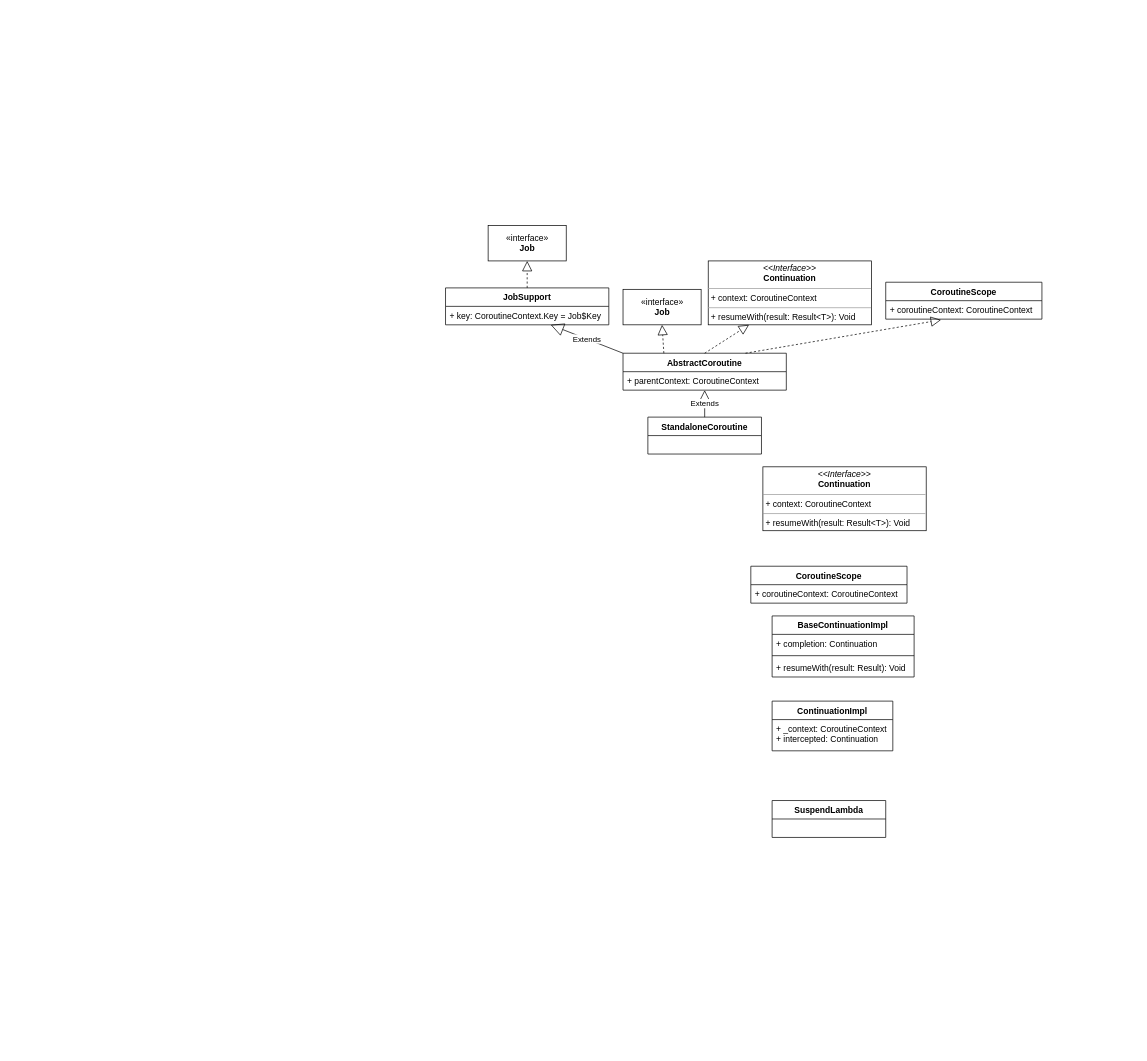
The draw.io diagram kotlin coroutine.drawio in initLiu/drawio, before the edit. Source tidied: cells renumbered, new cells numbered last; positions are measured from the earlier drawing's top-left corner, leaving out a move shared by most shapes. Both pictures are drawn from the tidied source at 71%, with x=0, y=0 at pixel (445, 225).
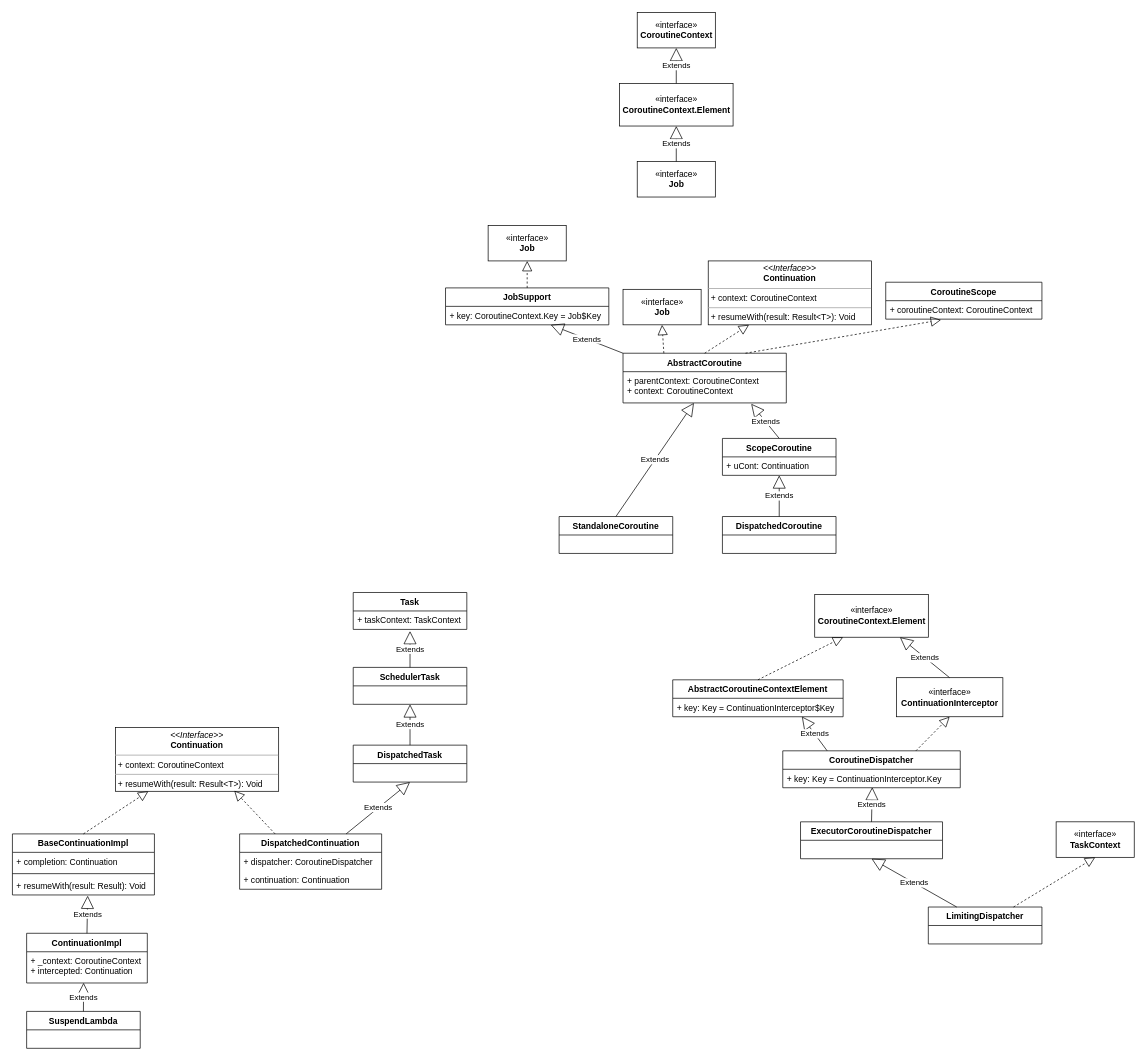
The same page after the edit.

The change refers to these unchanged cells:
```xml
<mxCell id="22" value="+ _context: CoroutineContext&#10;+ intercepted: Continuation" style="text;strokeColor=none;fillColor=none;align=left;verticalAlign=top;spacingLeft=4;spacingRight=4;overflow=hidden;points=[[0,0.5],[1,0.5]];portConstraint=eastwest;" parent="21" vertex="1">
  <mxGeometry y="26" width="170" height="44" as="geometry" />
</mxCell>
```

What changed in the source:
```diff
@@
     <mxCell id="4" value="StandaloneCoroutine" style="swimlane;fontStyle=1;align=center;verticalAlign=top;horizontal=1;startSize=26;" parent="1" vertex="1">
-      <mxGeometry x="285" y="270" width="160" height="52" as="geometry" />
+      <mxGeometry x="160" y="410" width="160" height="52" as="geometry" />
     </mxCell>
     <mxCell id="5" value="AbstractCoroutine" style="swimlane;fontStyle=1;align=center;verticalAlign=top;horizontal=1;startSize=26;" parent="1" vertex="1">
-      <mxGeometry x="250" y="180" width="230" height="52" as="geometry" />
+      <mxGeometry x="250" y="180" width="230" height="70" as="geometry" />
     </mxCell>
-    <mxCell id="6" value="+ parentContext: CoroutineContext" style="text;strokeColor=none;fillColor=none;align=left;verticalAlign=top;spacingLeft=4;spacingRight=4;overflow=hidden;points=[[0,0.5],[1,0.5]];portConstraint=eastwest;" parent="5" vertex="1">
-      <mxGeometry y="26" width="230" height="26" as="geometry" />
+    <mxCell id="6" value="+ parentContext: CoroutineContext&#10;+ context: CoroutineContext" style="text;strokeColor=none;fillColor=none;align=left;verticalAlign=top;spacingLeft=4;spacingRight=4;overflow=hidden;points=[[0,0.5],[1,0.5]];portConstraint=eastwest;" parent="5" vertex="1">
+      <mxGeometry y="26" width="230" height="44" as="geometry" />
     </mxCell>
@@
-    <mxCell id="16" value="CoroutineScope" style="swimlane;fontStyle=1;align=center;verticalAlign=top;horizontal=1;startSize=26;" parent="1" vertex="1">
-      <mxGeometry x="430" y="480" width="220" height="52" as="geometry" />
-    </mxCell>
-    <mxCell id="17" value="+ coroutineContext: CoroutineContext" style="text;strokeColor=none;fillColor=none;align=left;verticalAlign=top;spacingLeft=4;spacingRight=4;overflow=hidden;" parent="16" vertex="1">
-      <mxGeometry y="26" width="220" height="26" as="geometry" />
-    </mxCell>
@@
     <mxCell id="20" value="SuspendLambda" style="swimlane;fontStyle=1;align=center;verticalAlign=top;horizontal=1;startSize=26;" parent="1" vertex="1">
-      <mxGeometry x="460" y="810" width="160" height="52" as="geometry" />
+      <mxGeometry x="-590" y="1107" width="160" height="52" as="geometry" />
     </mxCell>
     <mxCell id="21" value="ContinuationImpl" style="swimlane;fontStyle=1;align=center;verticalAlign=top;horizontal=1;startSize=26;" parent="1" vertex="1">
-      <mxGeometry x="460" y="670" width="170" height="70" as="geometry" />
+      <mxGeometry x="-590" y="997" width="170" height="70" as="geometry" />
     </mxCell>
@@
     <mxCell id="23" value="BaseContinuationImpl" style="swimlane;fontStyle=1;align=center;verticalAlign=top;horizontal=1;startSize=26;" parent="1" vertex="1">
-      <mxGeometry x="460" y="550" width="200" height="86" as="geometry" />
+      <mxGeometry x="-610" y="857" width="200" height="86" as="geometry" />
     </mxCell>
@@
     <mxCell id="27" value="&lt;p style=&quot;margin: 0px ; margin-top: 4px ; text-align: center&quot;&gt;&lt;i&gt;&amp;lt;&amp;lt;Interface&amp;gt;&amp;gt;&lt;/i&gt;&lt;br&gt;&lt;b&gt;Continuation&lt;/b&gt;&lt;/p&gt;&lt;hr size=&quot;1&quot;&gt;&lt;p style=&quot;margin: 0px ; margin-left: 4px&quot;&gt;+ context: CoroutineContext&lt;br&gt;&lt;/p&gt;&lt;hr size=&quot;1&quot;&gt;&lt;p style=&quot;margin: 0px ; margin-left: 4px&quot;&gt;+ resumeWith(result: Result&amp;lt;T&amp;gt;): Void&lt;br&gt;&lt;/p&gt;" style="verticalAlign=top;align=left;overflow=fill;fontSize=12;fontFamily=Helvetica;html=1;" parent="1" vertex="1">
-      <mxGeometry x="447" y="340" width="230" height="90" as="geometry" />
+      <mxGeometry x="-465" y="707" width="230" height="90" as="geometry" />
     </mxCell>
+    <mxCell id="28" value="Extends" style="endArrow=block;endSize=16;endFill=0;html=1;exitX=0.5;exitY=0;exitDx=0;exitDy=0;entryX=0.472;entryY=0.993;entryDx=0;entryDy=0;entryPerimeter=0;" parent="1" edge="1" source="20" target="22">
+      <mxGeometry relative="1" as="geometry" />
+    </mxCell>
+    <mxCell id="29" value="Extends" style="endArrow=block;endSize=16;endFill=0;html=1;exitX=0.5;exitY=0;exitDx=0;exitDy=0;" parent="1" edge="1" source="21">
+      <mxGeometry relative="1" as="geometry">
+        <mxPoint x="-504" y="944" as="targetPoint" />
+      </mxGeometry>
+    </mxCell>
+    <mxCell id="30" style="endArrow=block;dashed=1;endFill=0;endSize=12;html=1;exitX=0.5;exitY=0;exitDx=0;exitDy=0;" parent="1" edge="1" source="23" target="27">
+      <mxGeometry relative="1" as="geometry" />
+    </mxCell>
+    <mxCell id="31" value="«interface»&lt;br&gt;&lt;b&gt;Job&lt;/b&gt;" style="html=1;" parent="1" vertex="1">
+      <mxGeometry x="270" y="-90" width="110" height="50" as="geometry" />
+    </mxCell>
+    <mxCell id="32" value="«interface»&lt;br&gt;&lt;b&gt;CoroutineContext.Element&lt;/b&gt;" style="html=1;" parent="1" vertex="1">
+      <mxGeometry x="245" y="-200" width="160" height="60" as="geometry" />
+    </mxCell>
+    <mxCell id="33" value="«interface»&lt;br&gt;&lt;b&gt;CoroutineContext&lt;/b&gt;" style="html=1;" parent="1" vertex="1">
+      <mxGeometry x="270" y="-300" width="110" height="50" as="geometry" />
+    </mxCell>
+    <mxCell id="34" value="Extends" style="endArrow=block;endSize=16;endFill=0;html=1;exitX=0.5;exitY=0;exitDx=0;exitDy=0;entryX=0.5;entryY=1;entryDx=0;entryDy=0;" parent="1" edge="1" source="31">
+      <mxGeometry relative="1" as="geometry">
+        <mxPoint x="325" y="-140" as="targetPoint" />
+      </mxGeometry>
+    </mxCell>
+    <mxCell id="35" value="Extends" style="endArrow=block;endSize=16;endFill=0;html=1;exitX=0.5;exitY=0;exitDx=0;exitDy=0;" parent="1" edge="1" target="33">
+      <mxGeometry relative="1" as="geometry">
+        <mxPoint x="325" y="-200" as="sourcePoint" />
+      </mxGeometry>
+    </mxCell>
+    <mxCell id="36" value="ExecutorCoroutineDispatcher" style="swimlane;fontStyle=1;align=center;verticalAlign=top;horizontal=1;startSize=26;" parent="1" vertex="1">
+      <mxGeometry x="500" y="840" width="200" height="52" as="geometry" />
+    </mxCell>
+    <mxCell id="37" value="AbstractCoroutineContextElement" style="swimlane;fontStyle=1;align=center;verticalAlign=top;horizontal=1;startSize=26;" parent="1" vertex="1">
+      <mxGeometry x="320" y="640" width="240" height="52" as="geometry" />
+    </mxCell>
+    <mxCell id="38" value="+ key: Key = ContinuationInterceptor$Key" style="text;strokeColor=none;fillColor=none;align=left;verticalAlign=top;spacingLeft=4;spacingRight=4;overflow=hidden;points=[[0,0.5],[1,0.5]];portConstraint=eastwest;" parent="37" vertex="1">
+      <mxGeometry y="26" width="240" height="26" as="geometry" />
+    </mxCell>
+    <mxCell id="39" value="CoroutineDispatcher" style="swimlane;fontStyle=1;align=center;verticalAlign=top;horizontal=1;startSize=26;" parent="1" vertex="1">
+      <mxGeometry x="475" y="740" width="250" height="52" as="geometry" />
+    </mxCell>
+    <mxCell id="40" value="+ key: Key = ContinuationInterceptor.Key" style="text;strokeColor=none;fillColor=none;align=left;verticalAlign=top;spacingLeft=4;spacingRight=4;overflow=hidden;points=[[0,0.5],[1,0.5]];portConstraint=eastwest;" parent="39" vertex="1">
+      <mxGeometry y="26" width="250" height="26" as="geometry" />
+    </mxCell>
+    <mxCell id="41" value="«interface»&lt;br&gt;&lt;b&gt;ContinuationInterceptor&lt;/b&gt;" style="html=1;" parent="1" vertex="1">
+      <mxGeometry x="635" y="637" width="150" height="55" as="geometry" />
+    </mxCell>
+    <mxCell id="42" value="«interface»&lt;br&gt;&lt;b&gt;CoroutineContext.Element&lt;/b&gt;" style="html=1;" parent="1" vertex="1">
+      <mxGeometry x="520" y="520" width="160" height="60" as="geometry" />
+    </mxCell>
+    <mxCell id="43" value="Extends" style="endArrow=block;endSize=16;endFill=0;html=1;exitX=0.5;exitY=0;exitDx=0;exitDy=0;entryX=0.504;entryY=0.971;entryDx=0;entryDy=0;entryPerimeter=0;" parent="1" edge="1" source="36" target="40">
+      <mxGeometry relative="1" as="geometry" />
+    </mxCell>
+    <mxCell id="44" value="Extends" style="endArrow=block;endSize=16;endFill=0;html=1;exitX=0.25;exitY=0;exitDx=0;exitDy=0;entryX=0.758;entryY=0.988;entryDx=0;entryDy=0;entryPerimeter=0;" parent="1" edge="1" source="39" target="38">
+      <mxGeometry relative="1" as="geometry" />
+    </mxCell>
+    <mxCell id="45" style="endArrow=block;dashed=1;endFill=0;endSize=12;html=1;exitX=0.75;exitY=0;exitDx=0;exitDy=0;entryX=0.5;entryY=1;entryDx=0;entryDy=0;" parent="1" edge="1" source="39" target="41">
+      <mxGeometry relative="1" as="geometry" />
+    </mxCell>
+    <mxCell id="46" style="endArrow=block;dashed=1;endFill=0;endSize=12;html=1;exitX=0.5;exitY=0;exitDx=0;exitDy=0;entryX=0.25;entryY=1;entryDx=0;entryDy=0;" parent="1" edge="1" source="37" target="42">
+      <mxGeometry relative="1" as="geometry" />
+    </mxCell>
+    <mxCell id="47" value="Extends" style="endArrow=block;endSize=16;endFill=0;html=1;exitX=0.5;exitY=0;exitDx=0;exitDy=0;entryX=0.75;entryY=1;entryDx=0;entryDy=0;" parent="1" edge="1" source="41" target="42">
+      <mxGeometry relative="1" as="geometry" />
+    </mxCell>
+    <mxCell id="48" value="LimitingDispatcher" style="swimlane;fontStyle=1;align=center;verticalAlign=top;horizontal=1;startSize=26;" parent="1" vertex="1">
+      <mxGeometry x="680" y="960" width="160" height="52" as="geometry" />
+    </mxCell>
+    <mxCell id="49" value="«interface»&lt;br&gt;&lt;b&gt;TaskContext&lt;/b&gt;" style="html=1;" parent="1" vertex="1">
+      <mxGeometry x="860" y="840" width="110" height="50" as="geometry" />
+    </mxCell>
+    <mxCell id="50" value="Extends" style="endArrow=block;endSize=16;endFill=0;html=1;exitX=0.25;exitY=0;exitDx=0;exitDy=0;entryX=0.5;entryY=1;entryDx=0;entryDy=0;" parent="1" edge="1" source="48" target="36">
+      <mxGeometry relative="1" as="geometry" />
+    </mxCell>
+    <mxCell id="51" style="endArrow=block;dashed=1;endFill=0;endSize=12;html=1;exitX=0.75;exitY=0;exitDx=0;exitDy=0;entryX=0.5;entryY=1;entryDx=0;entryDy=0;" parent="1" edge="1" source="48" target="49">
+      <mxGeometry relative="1" as="geometry" />
+    </mxCell>
+    <mxCell id="52" value="DispatchedCoroutine" style="swimlane;fontStyle=1;align=center;verticalAlign=top;horizontal=1;startSize=26;" parent="1" vertex="1">
+      <mxGeometry x="390" y="410" width="160" height="52" as="geometry" />
+    </mxCell>
+    <mxCell id="53" value="ScopeCoroutine" style="swimlane;fontStyle=1;align=center;verticalAlign=top;horizontal=1;startSize=26;" parent="1" vertex="1">
+      <mxGeometry x="390" y="300" width="160" height="52" as="geometry" />
+    </mxCell>
+    <mxCell id="54" value="+ uCont: Continuation" style="text;strokeColor=none;fillColor=none;align=left;verticalAlign=top;spacingLeft=4;spacingRight=4;overflow=hidden;points=[[0,0.5],[1,0.5]];portConstraint=eastwest;" parent="53" vertex="1">
+      <mxGeometry y="26" width="160" height="26" as="geometry" />
+    </mxCell>
+    <mxCell id="55" value="Extends" style="endArrow=block;endSize=16;endFill=0;html=1;exitX=0.5;exitY=0;exitDx=0;exitDy=0;" parent="1" edge="1" source="52" target="54">
+      <mxGeometry relative="1" as="geometry" />
+    </mxCell>
+    <mxCell id="56" value="Extends" style="endArrow=block;endSize=16;endFill=0;html=1;exitX=0.5;exitY=0;exitDx=0;exitDy=0;entryX=0.785;entryY=1.028;entryDx=0;entryDy=0;entryPerimeter=0;" parent="1" edge="1" source="53" target="6">
+      <mxGeometry relative="1" as="geometry" />
+    </mxCell>
+    <mxCell id="57" value="DispatchedContinuation" style="swimlane;fontStyle=1;align=center;verticalAlign=top;horizontal=1;startSize=26;" parent="1" vertex="1">
+      <mxGeometry x="-290" y="857" width="200" height="78" as="geometry" />
+    </mxCell>
+    <mxCell id="58" value="+ dispatcher: CoroutineDispatcher" style="text;strokeColor=none;fillColor=none;align=left;verticalAlign=top;spacingLeft=4;spacingRight=4;overflow=hidden;" parent="57" vertex="1">
+      <mxGeometry y="26" width="200" height="26" as="geometry" />
+    </mxCell>
+    <mxCell id="59" value="+ continuation: Continuation" style="text;strokeColor=none;fillColor=none;align=left;verticalAlign=top;spacingLeft=4;spacingRight=4;overflow=hidden;" parent="57" vertex="1">
+      <mxGeometry y="52" width="200" height="26" as="geometry" />
+    </mxCell>
+    <mxCell id="60" style="endArrow=block;dashed=1;endFill=0;endSize=12;html=1;exitX=0.25;exitY=0;exitDx=0;exitDy=0;entryX=0.728;entryY=0.991;entryDx=0;entryDy=0;entryPerimeter=0;" parent="1" edge="1" source="57" target="27">
+      <mxGeometry relative="1" as="geometry" />
+    </mxCell>
+    <mxCell id="61" value="DispatchedTask" style="swimlane;fontStyle=1;align=center;verticalAlign=top;horizontal=1;startSize=26;" parent="1" vertex="1">
+      <mxGeometry x="-130" y="732" width="160" height="52" as="geometry" />
+    </mxCell>
+    <mxCell id="62" value="SchedulerTask" style="swimlane;fontStyle=1;align=center;verticalAlign=top;horizontal=1;startSize=26;" parent="1" vertex="1">
+      <mxGeometry x="-130" y="622.5" width="160" height="52" as="geometry" />
+    </mxCell>
+    <mxCell id="63" value="Task" style="swimlane;fontStyle=1;align=center;verticalAlign=top;horizontal=1;startSize=26;" parent="1" vertex="1">
+      <mxGeometry x="-130" y="517" width="160" height="52" as="geometry" />
+    </mxCell>
+    <mxCell id="64" value="+ taskContext: TaskContext" style="text;strokeColor=none;fillColor=none;align=left;verticalAlign=top;spacingLeft=4;spacingRight=4;overflow=hidden;points=[[0,0.5],[1,0.5]];portConstraint=eastwest;" parent="63" vertex="1">
+      <mxGeometry y="26" width="160" height="26" as="geometry" />
+    </mxCell>
+    <mxCell id="65" value="Extends" style="endArrow=block;endSize=16;endFill=0;html=1;exitX=0.5;exitY=0;exitDx=0;exitDy=0;entryX=0.5;entryY=1;entryDx=0;entryDy=0;" parent="1" edge="1" source="61" target="62">
+      <mxGeometry relative="1" as="geometry" />
+    </mxCell>
+    <mxCell id="66" value="Extends" style="endArrow=block;endSize=16;endFill=0;html=1;exitX=0.5;exitY=0;exitDx=0;exitDy=0;entryX=0.5;entryY=1.09;entryDx=0;entryDy=0;entryPerimeter=0;" parent="1" edge="1" source="62" target="64">
+      <mxGeometry relative="1" as="geometry" />
+    </mxCell>
+    <mxCell id="67" value="Extends" style="endArrow=block;endSize=16;endFill=0;html=1;exitX=0.75;exitY=0;exitDx=0;exitDy=0;entryX=0.5;entryY=1;entryDx=0;entryDy=0;" parent="1" edge="1" source="57" target="61">
+      <mxGeometry relative="1" as="geometry" />
+    </mxCell>
```
